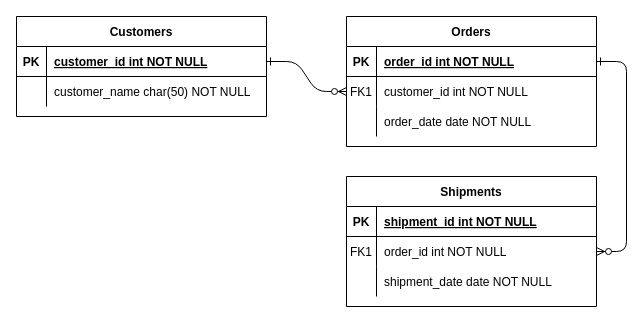
StefanoIncardone/expense_tracker keeps this draw.io diagram as documentation/expenseERD.drawio. Above is the earlier version. Source tidied: cells renumbered, new cells numbered last; positions are measured from the earlier drawing's top-left corner, leaving out a move shared by most shapes. Both pictures are drawn from the tidied source at 100%, with x=0, y=0 at pixel (16, 16).
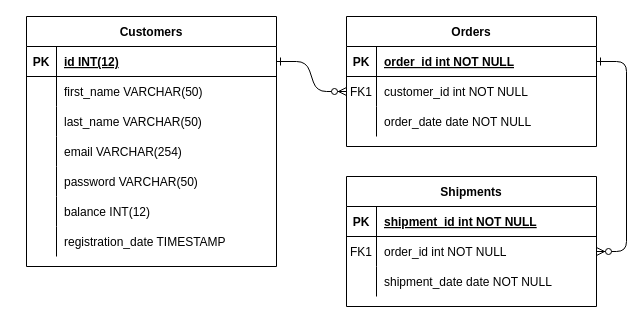
Above is the later version.

The change refers to these unchanged cells:
```xml
<mxCell id="25" style="shape=partialRectangle;fillColor=none;points=[[0,0.5],[1,0.5]];portConstraint=eastwest;top=0;left=0;right=0;bottom=1;" parent="24" vertex="1">
  <mxGeometry y="30" width="250" height="30" as="geometry" />
</mxCell>
<mxCell id="28" style="shape=partialRectangle;fillColor=none;top=0;left=0;right=0;bottom=0;" parent="24" vertex="1">
  <mxGeometry y="60" width="250" height="30" as="geometry" />
</mxCell>
```

What changed in the source:
```diff
@@
     <mxCell id="24" value="Customers" style="shape=table;startSize=30;childLayout=tableLayout;rowLines=0;fontStyle=1;align=center;" parent="1" vertex="1">
-      <mxGeometry width="250" height="100" as="geometry" />
+      <mxGeometry x="10" width="250" height="250" as="geometry" />
     </mxCell>
@@
-    <mxCell id="27" value="customer_id int NOT NULL " style="shape=partialRectangle;overflow=hidden;fillColor=none;top=0;left=0;bottom=0;right=0;align=left;spacingLeft=6;fontStyle=5;" parent="25" vertex="1">
+    <mxCell id="27" value="id INT(12)" style="shape=partialRectangle;overflow=hidden;fillColor=none;top=0;left=0;bottom=0;right=0;align=left;spacingLeft=6;fontStyle=5;" parent="25" vertex="1">
       <mxGeometry x="30" width="220" height="30" as="geometry" />
     </mxCell>
@@
-    <mxCell id="30" value="customer_name char(50) NOT NULL" style="shape=partialRectangle;overflow=hidden;fillColor=none;top=0;left=0;bottom=0;right=0;align=left;spacingLeft=6;" parent="28" vertex="1">
+    <mxCell id="30" value="first_name VARCHAR(50)" style="shape=partialRectangle;overflow=hidden;fillColor=none;top=0;left=0;bottom=0;right=0;align=left;spacingLeft=6;" parent="28" vertex="1">
       <mxGeometry x="30" width="220" height="30" as="geometry" />
     </mxCell>
+    <mxCell id="31" style="shape=tableRow;horizontal=0;startSize=0;swimlaneHead=0;swimlaneBody=0;fillColor=none;top=0;left=0;right=0;bottom=0;" parent="24" vertex="1">
+      <mxGeometry y="90" width="250" height="30" as="geometry" />
+    </mxCell>
+    <mxCell id="32" style="shape=partialRectangle;fillColor=none;top=0;left=0;bottom=0;right=0;fontStyle=0;overflow=hidden;" parent="31" vertex="1">
+      <mxGeometry width="30" height="30" as="geometry" />
+    </mxCell>
+    <mxCell id="33" value="last_name VARCHAR(50)" style="shape=partialRectangle;fillColor=none;top=0;left=0;bottom=0;right=0;align=left;spacingLeft=6;fontStyle=0;overflow=hidden;" parent="31" vertex="1">
+      <mxGeometry x="30" width="220" height="30" as="geometry" />
+    </mxCell>
+    <mxCell id="34" style="shape=tableRow;horizontal=0;startSize=0;swimlaneHead=0;swimlaneBody=0;fillColor=none;top=0;left=0;right=0;bottom=0;" parent="24" vertex="1">
+      <mxGeometry y="120" width="250" height="30" as="geometry" />
+    </mxCell>
+    <mxCell id="35" style="shape=partialRectangle;fillColor=none;top=0;left=0;bottom=0;right=0;fontStyle=0;overflow=hidden;" parent="34" vertex="1">
+      <mxGeometry width="30" height="30" as="geometry" />
+    </mxCell>
+    <mxCell id="36" value="email VARCHAR(254)" style="shape=partialRectangle;fillColor=none;top=0;left=0;bottom=0;right=0;align=left;spacingLeft=6;fontStyle=0;overflow=hidden;" parent="34" vertex="1">
+      <mxGeometry x="30" width="220" height="30" as="geometry" />
+    </mxCell>
+    <mxCell id="37" style="shape=tableRow;horizontal=0;startSize=0;swimlaneHead=0;swimlaneBody=0;fillColor=none;top=0;left=0;right=0;bottom=0;" parent="24" vertex="1">
+      <mxGeometry y="150" width="250" height="30" as="geometry" />
+    </mxCell>
+    <mxCell id="38" style="shape=partialRectangle;fillColor=none;top=0;left=0;bottom=0;right=0;overflow=hidden;" parent="37" vertex="1">
+      <mxGeometry width="30" height="30" as="geometry" />
+    </mxCell>
+    <mxCell id="39" value="password VARCHAR(50)" style="shape=partialRectangle;fillColor=none;top=0;left=0;bottom=0;right=0;align=left;spacingLeft=6;overflow=hidden;" parent="37" vertex="1">
+      <mxGeometry x="30" width="220" height="30" as="geometry" />
+    </mxCell>
+    <mxCell id="40" style="shape=tableRow;horizontal=0;startSize=0;swimlaneHead=0;swimlaneBody=0;fillColor=none;top=0;left=0;right=0;bottom=0;" parent="24" vertex="1">
+      <mxGeometry y="180" width="250" height="30" as="geometry" />
+    </mxCell>
+    <mxCell id="41" style="shape=partialRectangle;fillColor=none;top=0;left=0;bottom=0;right=0;overflow=hidden;" parent="40" vertex="1">
+      <mxGeometry width="30" height="30" as="geometry" />
+    </mxCell>
+    <mxCell id="42" value="balance INT(12)" style="shape=partialRectangle;fillColor=none;top=0;left=0;bottom=0;right=0;align=left;spacingLeft=6;overflow=hidden;" parent="40" vertex="1">
+      <mxGeometry x="30" width="220" height="30" as="geometry" />
+    </mxCell>
+    <mxCell id="43" style="shape=tableRow;horizontal=0;startSize=0;swimlaneHead=0;swimlaneBody=0;fillColor=none;top=0;left=0;right=0;bottom=0;" parent="24" vertex="1">
+      <mxGeometry y="210" width="250" height="30" as="geometry" />
+    </mxCell>
+    <mxCell id="44" style="shape=partialRectangle;fillColor=none;top=0;left=0;bottom=0;right=0;overflow=hidden;" parent="43" vertex="1">
+      <mxGeometry width="30" height="30" as="geometry" />
+    </mxCell>
+    <mxCell id="45" value="registration_date TIMESTAMP" style="shape=partialRectangle;fillColor=none;top=0;left=0;bottom=0;right=0;align=left;spacingLeft=6;overflow=hidden;" parent="43" vertex="1">
+      <mxGeometry x="30" width="220" height="30" as="geometry" />
+    </mxCell>
```
